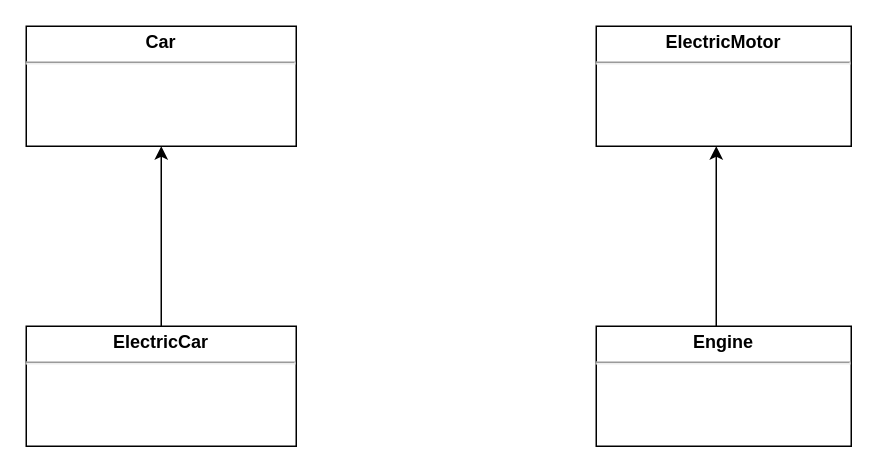
xtarzyk/planning-motors-general-xtarzyk keeps this draw.io diagram as Planning motors.drawio. Above is the earlier version. Source tidied: cells renumbered, new cells numbered last; positions are measured from the earlier drawing's top-left corner, leaving out a move shared by most shapes. Both pictures are drawn from the tidied source at 150%, with x=0, y=0 at pixel (26, 26).
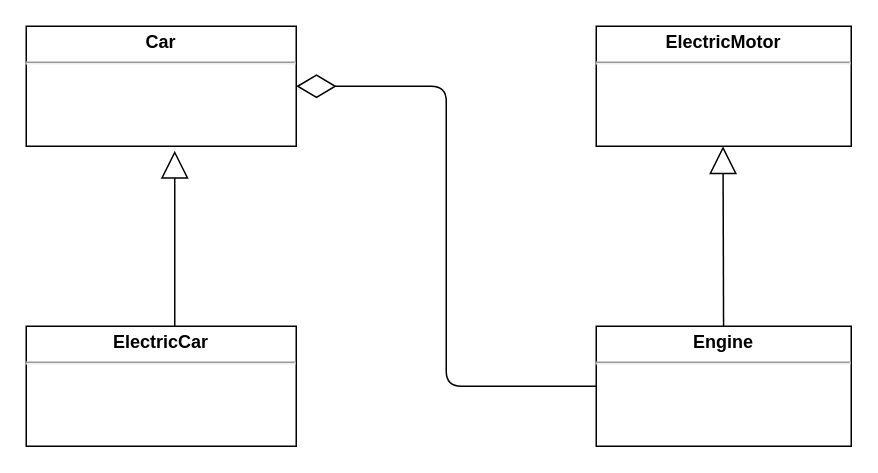
The same page after the edit.

Diff of the diagram source:
```diff
@@
 <mxGraphModel>
   <root>
     <mxCell id="0" />
     <mxCell id="1" parent="0" />
     <mxCell id="2" value="&lt;p style=&quot;margin: 0px ; margin-top: 4px ; text-align: center&quot;&gt;Car&lt;/p&gt;&lt;hr&gt;" style="verticalAlign=top;align=left;overflow=fill;fontSize=12;fontFamily=Helvetica;html=1;fontStyle=1;" parent="1" vertex="1">
       <mxGeometry width="180" height="80" as="geometry" />
     </mxCell>
     <mxCell id="3" value="&lt;p style=&quot;margin: 0px ; margin-top: 4px ; text-align: center&quot;&gt;&lt;b&gt;ElectricMotor&lt;/b&gt;&lt;/p&gt;&lt;hr&gt;" style="verticalAlign=top;align=left;overflow=fill;fontSize=12;fontFamily=Helvetica;html=1;" parent="1" vertex="1">
       <mxGeometry x="380" width="170" height="80" as="geometry" />
     </mxCell>
     <mxCell id="4" value="&lt;p style=&quot;margin: 0px ; margin-top: 4px ; text-align: center&quot;&gt;&lt;b&gt;ElectricCar&lt;/b&gt;&lt;/p&gt;&lt;hr&gt;" style="verticalAlign=top;align=left;overflow=fill;fontSize=12;fontFamily=Helvetica;html=1;" parent="1" vertex="1">
       <mxGeometry y="200" width="180" height="80" as="geometry" />
     </mxCell>
     <mxCell id="5" value="&lt;p style=&quot;margin: 0px ; margin-top: 4px ; text-align: center&quot;&gt;&lt;b&gt;Engine&lt;/b&gt;&lt;/p&gt;&lt;hr&gt;" style="verticalAlign=top;align=left;overflow=fill;fontSize=12;fontFamily=Helvetica;html=1;" parent="1" vertex="1">
       <mxGeometry x="380" y="200" width="170" height="80" as="geometry" />
     </mxCell>
-    <mxCell id="6" style="endArrow=classic;html=1;entryX=0.5;entryY=1;entryDx=0;entryDy=0;" parent="1" edge="1" source="4" target="2">
+    <mxCell id="6" style="endArrow=block;endSize=16;endFill=0;html=1;entryX=0.55;entryY=1.038;entryDx=0;entryDy=0;entryPerimeter=0;exitX=0.55;exitY=0;exitDx=0;exitDy=0;exitPerimeter=0;" parent="1" edge="1" source="4" target="2">
       <mxGeometry relative="1" as="geometry" />
     </mxCell>
-    <mxCell id="7" style="endArrow=classic;html=1;" parent="1" edge="1">
-      <mxGeometry relative="1" as="geometry">
-        <mxPoint x="460" y="200" as="sourcePoint" />
-        <mxPoint x="460" y="80" as="targetPoint" />
-      </mxGeometry>
-    </mxCell>
+    <mxCell id="8" style="endArrow=block;endSize=16;endFill=0;html=1;entryX=0.55;entryY=1.038;entryDx=0;entryDy=0;entryPerimeter=0;" parent="1" edge="1" source="5">
+      <mxGeometry relative="1" as="geometry">
+        <mxPoint x="464.5" y="80" as="targetPoint" />
+      </mxGeometry>
+    </mxCell>
+    <mxCell id="9" style="endArrow=diamondThin;endFill=0;endSize=24;html=1;exitX=0;exitY=0.5;exitDx=0;exitDy=0;entryX=1;entryY=0.5;entryDx=0;entryDy=0;" parent="1" edge="1" source="5" target="2">
+      <mxGeometry relative="1" as="geometry">
+        <Array as="points">
+          <mxPoint x="280" y="240" />
+          <mxPoint x="280" y="40" />
+        </Array>
+      </mxGeometry>
+    </mxCell>
   </root>
 </mxGraphModel>
```
